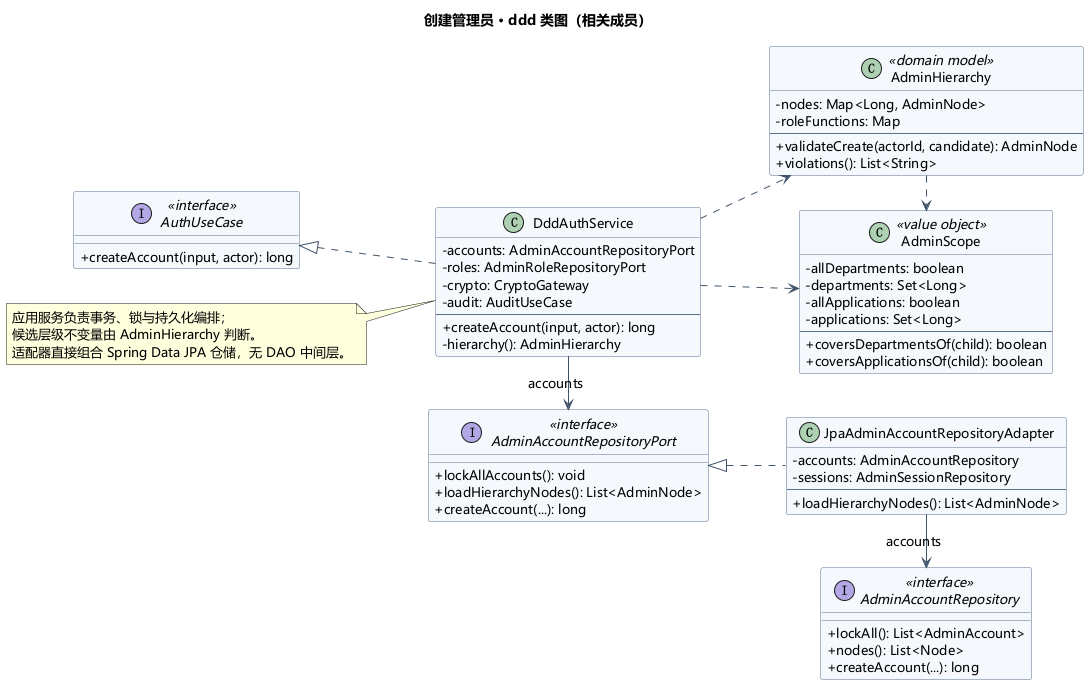
The PlantUML diagram doc/uml/admin-account-ddd-class.png in JiuQi79-BOT/MelonHub, before a commit.
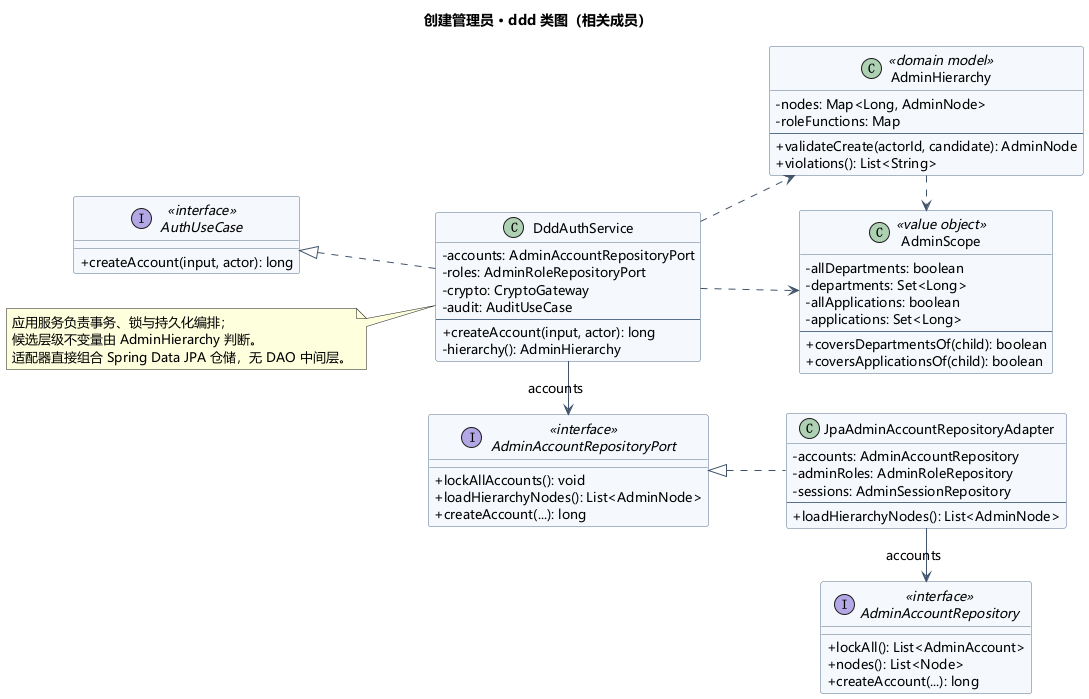
Above is the later version.

What changed in the source:
```diff
@@ -32,6 +32,7 @@
 }
 class "JpaAdminAccountRepositoryAdapter" as A {
  - accounts: AdminAccountRepository
+ - adminRoles: AdminRoleRepository
  - sessions: AdminSessionRepository
  --
  + loadHierarchyNodes(): List<AdminNode>
```
